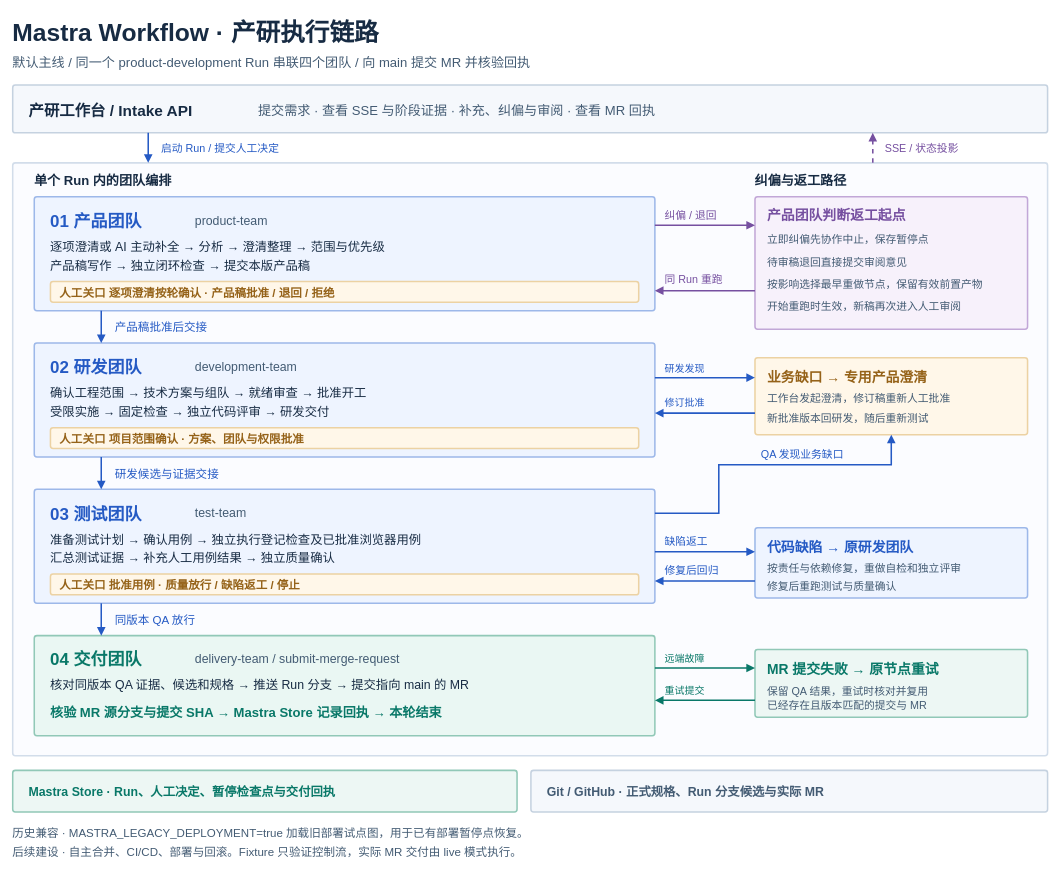
Earlier version of the draw.io diagram docs/assets/mastra-workflow-execution.drawio (leidaibo-lab/ai-platform). Source tidied: cells renumbered, new cells numbered last; positions are measured from the earlier drawing's top-left corner, leaving out a move shared by most shapes. Both pictures are drawn from the tidied source at 77%, with x=0, y=0 at pixel (12, 12).
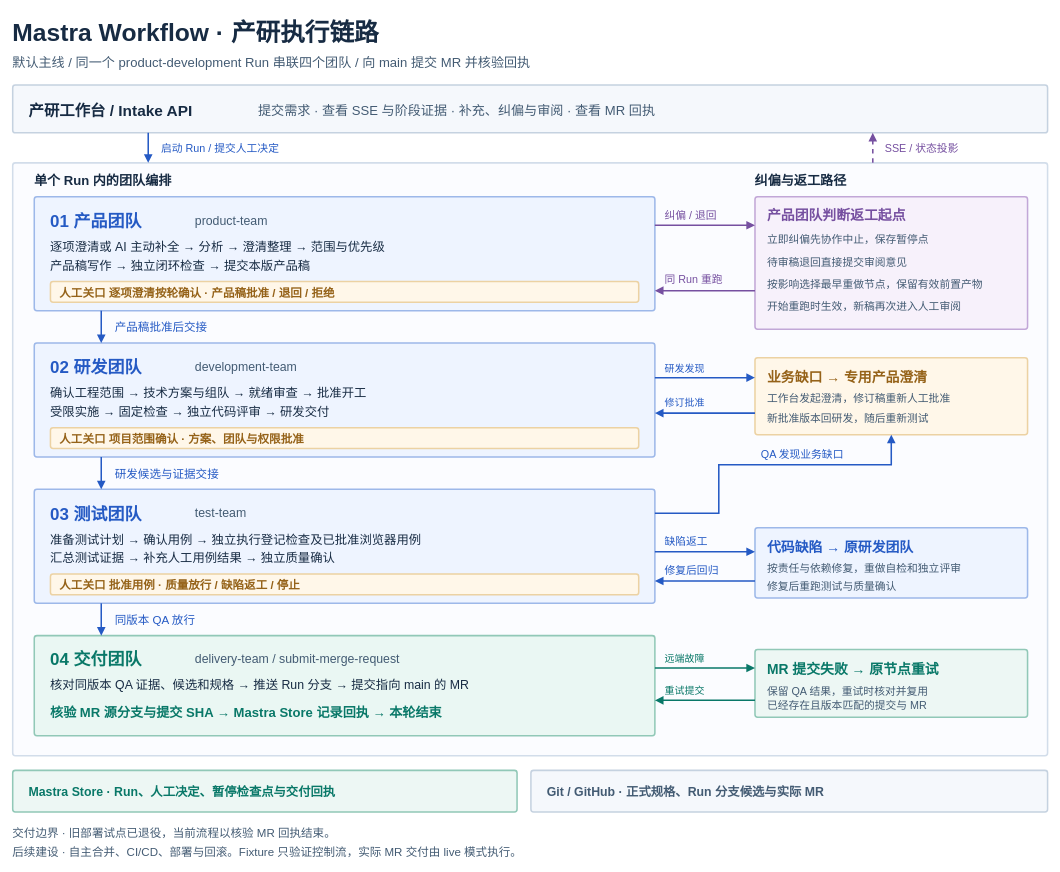
The same page after the edit.

Change to the diagram source:
```diff
@@
-    <mxCell id="86" value="历史兼容  ·  MASTRA_LEGACY_DEPLOYMENT=true 加载旧部署试点图，用于已有部署暂停点恢复。" style="text;html=0;align=left;verticalAlign=middle;whiteSpace=nowrap;spacing=0;fontFamily=PingFang SC;fontSize=15;fontColor=#435b73;fontStyle=0;strokeColor=none;fillColor=none;" parent="1" vertex="1">
+    <mxCell id="86" value="交付边界  ·  旧部署试点已退役，当前流程以核验 MR 回执结束。" style="text;html=0;align=left;verticalAlign=middle;whiteSpace=nowrap;spacing=0;fontFamily=PingFang SC;fontSize=15;fontColor=#435b73;fontStyle=0;strokeColor=none;fillColor=none;" parent="1" vertex="1">
       <mxGeometry y="1053.5" width="1344" height="21" as="geometry" />
     </mxCell>
```
